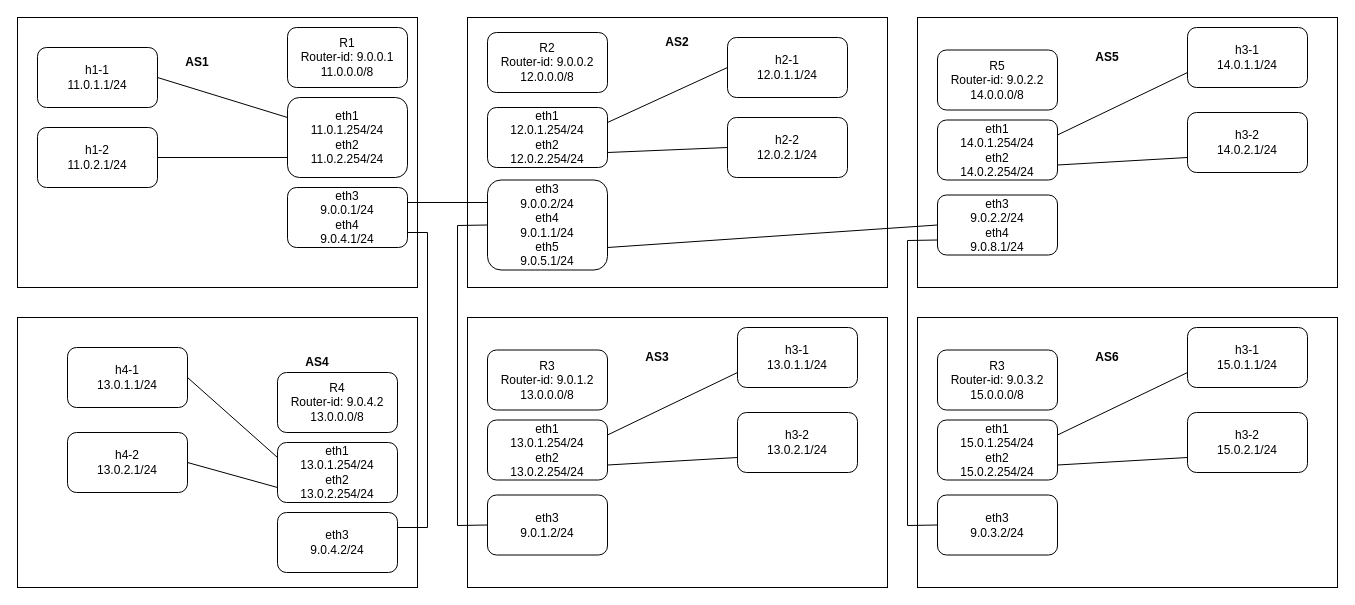
Above: Untitled Diagram.drawio in freshmanforpython/Improvingeveryday (draw.io), before the change. Source tidied: cells renumbered, new cells numbered last; positions are measured from the earlier drawing's top-left corner, leaving out a move shared by most shapes. Both pictures are drawn from the tidied source at 100%, with x=0, y=0 at pixel (17, 17).
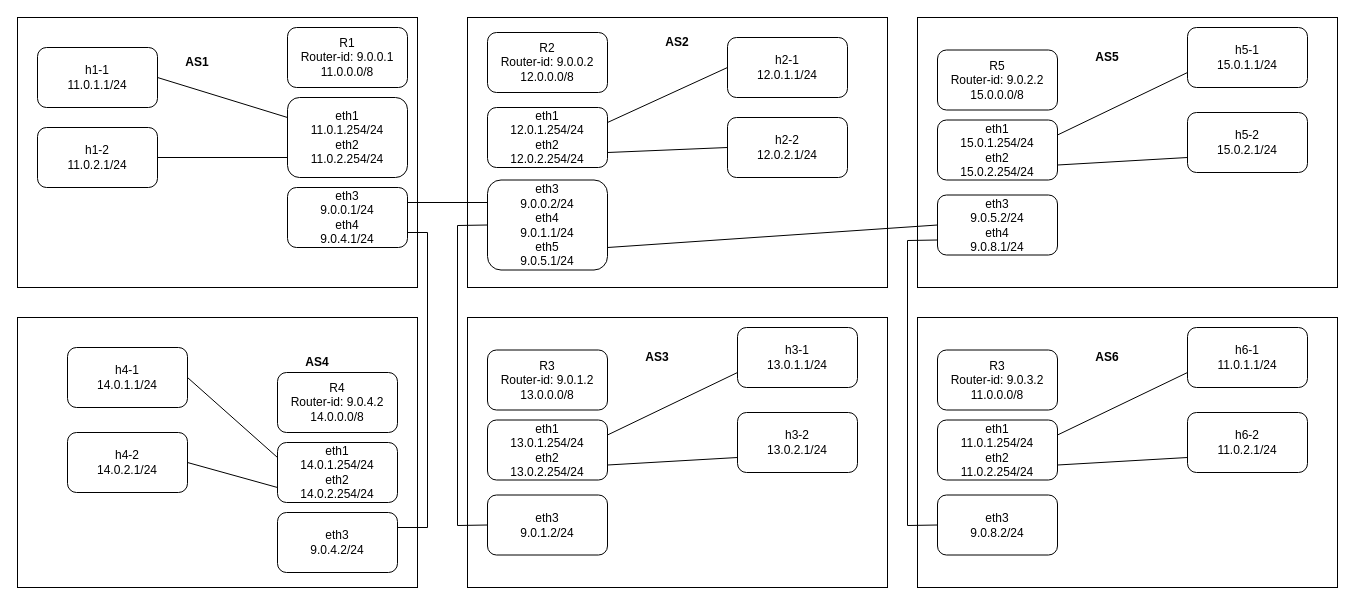
Above is the later version.

Diff of the diagram source:
```diff
@@
-    <mxCell id="18" value="R4&lt;br&gt;Router-id: 9.0.4.2&lt;br&gt;13.0.0.0/8" style="rounded=1;whiteSpace=wrap;html=1;" parent="1" vertex="1">
+    <mxCell id="18" value="R4&lt;br&gt;Router-id: 9.0.4.2&lt;br&gt;14.0.0.0/8" style="rounded=1;whiteSpace=wrap;html=1;" parent="1" vertex="1">
       <mxGeometry x="260" y="355" width="120" height="60" as="geometry" />
     </mxCell>
-    <mxCell id="19" value="eth1&lt;br&gt;13.0.1.254/24&lt;br&gt;eth2&lt;br&gt;13.0.2.254/24" style="rounded=1;whiteSpace=wrap;html=1;" parent="1" vertex="1">
+    <mxCell id="19" value="eth1&lt;br&gt;14.0.1.254/24&lt;br&gt;eth2&lt;br&gt;14.0.2.254/24" style="rounded=1;whiteSpace=wrap;html=1;" parent="1" vertex="1">
       <mxGeometry x="260" y="425" width="120" height="60" as="geometry" />
     </mxCell>
@@
-    <mxCell id="37" value="h4-1&lt;br&gt;13.0.1.1/24" style="rounded=1;whiteSpace=wrap;html=1;" parent="1" vertex="1">
+    <mxCell id="37" value="h4-1&lt;br&gt;14.0.1.1/24" style="rounded=1;whiteSpace=wrap;html=1;" parent="1" vertex="1">
       <mxGeometry x="50" y="330" width="120" height="60" as="geometry" />
     </mxCell>
-    <mxCell id="38" value="h4-2&lt;br&gt;13.0.2.1/24" style="rounded=1;whiteSpace=wrap;html=1;" parent="1" vertex="1">
+    <mxCell id="38" value="h4-2&lt;br&gt;14.0.2.1/24" style="rounded=1;whiteSpace=wrap;html=1;" parent="1" vertex="1">
       <mxGeometry x="50" y="415" width="120" height="60" as="geometry" />
     </mxCell>
@@
-    <mxCell id="43" value="R3&lt;br&gt;Router-id: 9.0.3.2&lt;br&gt;15.0.0.0/8" style="rounded=1;whiteSpace=wrap;html=1;" parent="1" vertex="1">
+    <mxCell id="43" value="R3&lt;br&gt;Router-id: 9.0.3.2&lt;br&gt;11.0.0.0/8" style="rounded=1;whiteSpace=wrap;html=1;" parent="1" vertex="1">
       <mxGeometry x="920" y="332.5" width="120" height="60" as="geometry" />
     </mxCell>
-    <mxCell id="44" value="eth1&lt;br&gt;15.0.1.254/24&lt;br&gt;eth2&lt;br&gt;15.0.2.254/24" style="rounded=1;whiteSpace=wrap;html=1;" parent="1" vertex="1">
+    <mxCell id="44" value="eth1&lt;br&gt;11.0.1.254/24&lt;br&gt;eth2&lt;br&gt;11.0.2.254/24" style="rounded=1;whiteSpace=wrap;html=1;" parent="1" vertex="1">
       <mxGeometry x="920" y="402.5" width="120" height="60" as="geometry" />
     </mxCell>
-    <mxCell id="45" value="h3-1&lt;br&gt;15.0.1.1/24" style="rounded=1;whiteSpace=wrap;html=1;" parent="1" vertex="1">
+    <mxCell id="45" value="h6-1&lt;br&gt;11.0.1.1/24" style="rounded=1;whiteSpace=wrap;html=1;" parent="1" vertex="1">
       <mxGeometry x="1170" y="310" width="120" height="60" as="geometry" />
     </mxCell>
-    <mxCell id="46" value="h3-2&lt;br&gt;15.0.2.1/24" style="rounded=1;whiteSpace=wrap;html=1;" parent="1" vertex="1">
+    <mxCell id="46" value="h6-2&lt;br&gt;11.0.2.1/24" style="rounded=1;whiteSpace=wrap;html=1;" parent="1" vertex="1">
       <mxGeometry x="1170" y="395" width="120" height="60" as="geometry" />
     </mxCell>
@@
-    <mxCell id="49" value="eth3&lt;br&gt;9.0.3.2/24" style="rounded=1;whiteSpace=wrap;html=1;" parent="1" vertex="1">
+    <mxCell id="49" value="eth3&lt;br&gt;9.0.8.2/24" style="rounded=1;whiteSpace=wrap;html=1;" parent="1" vertex="1">
       <mxGeometry x="920" y="477.5" width="120" height="60" as="geometry" />
     </mxCell>
@@
-    <mxCell id="52" value="R5&lt;br&gt;Router-id: 9.0.2.2&lt;br&gt;14.0.0.0/8" style="rounded=1;whiteSpace=wrap;html=1;" parent="1" vertex="1">
+    <mxCell id="52" value="R5&lt;br&gt;Router-id: 9.0.2.2&lt;br&gt;15.0.0.0/8" style="rounded=1;whiteSpace=wrap;html=1;" parent="1" vertex="1">
       <mxGeometry x="920" y="32.5" width="120" height="60" as="geometry" />
     </mxCell>
-    <mxCell id="53" value="eth1&lt;br&gt;14.0.1.254/24&lt;br&gt;eth2&lt;br&gt;14.0.2.254/24" style="rounded=1;whiteSpace=wrap;html=1;" parent="1" vertex="1">
+    <mxCell id="53" value="eth1&lt;br&gt;15.0.1.254/24&lt;br&gt;eth2&lt;br&gt;15.0.2.254/24" style="rounded=1;whiteSpace=wrap;html=1;" parent="1" vertex="1">
       <mxGeometry x="920" y="102.5" width="120" height="60" as="geometry" />
     </mxCell>
-    <mxCell id="54" value="h3-1&lt;br&gt;14.0.1.1/24" style="rounded=1;whiteSpace=wrap;html=1;" parent="1" vertex="1">
+    <mxCell id="54" value="h5-1&lt;br&gt;15.0.1.1/24" style="rounded=1;whiteSpace=wrap;html=1;" parent="1" vertex="1">
       <mxGeometry x="1170" y="10" width="120" height="60" as="geometry" />
     </mxCell>
-    <mxCell id="55" value="h3-2&lt;br&gt;14.0.2.1/24" style="rounded=1;whiteSpace=wrap;html=1;" parent="1" vertex="1">
+    <mxCell id="55" value="h5-2&lt;br&gt;15.0.2.1/24" style="rounded=1;whiteSpace=wrap;html=1;" parent="1" vertex="1">
       <mxGeometry x="1170" y="95" width="120" height="60" as="geometry" />
     </mxCell>
@@
-    <mxCell id="58" value="eth3&lt;br&gt;9.0.2.2/24&lt;br&gt;eth4&lt;br&gt;9.0.8.1/24" style="rounded=1;whiteSpace=wrap;html=1;" parent="1" vertex="1">
+    <mxCell id="58" value="eth3&lt;br&gt;9.0.5.2/24&lt;br&gt;eth4&lt;br&gt;9.0.8.1/24" style="rounded=1;whiteSpace=wrap;html=1;" parent="1" vertex="1">
       <mxGeometry x="920" y="177.5" width="120" height="60" as="geometry" />
     </mxCell>
```
